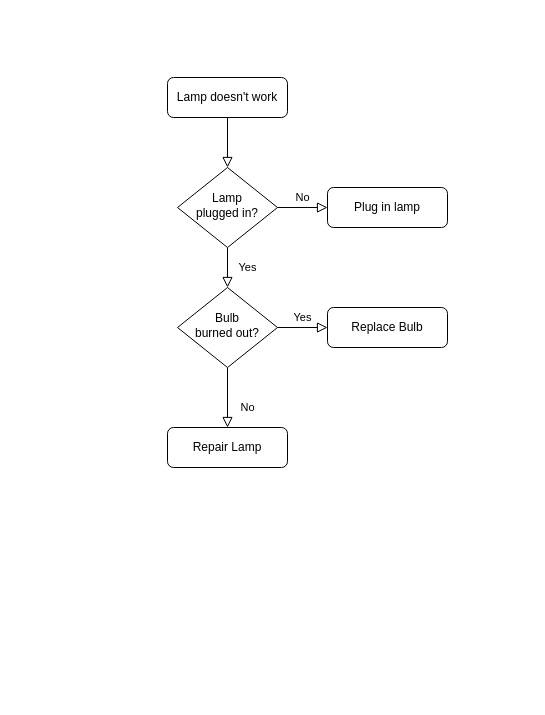
Above: Untitled Diagram.drawio in raezir/The-Hoodrat-Repository (draw.io), before the change. Source tidied: cells renumbered, new cells numbered last; positions are measured from the earlier drawing's top-left corner, leaving out a move shared by most shapes. Both pictures are drawn from the tidied source at 100%, with x=0, y=0 at pixel (167, 77).
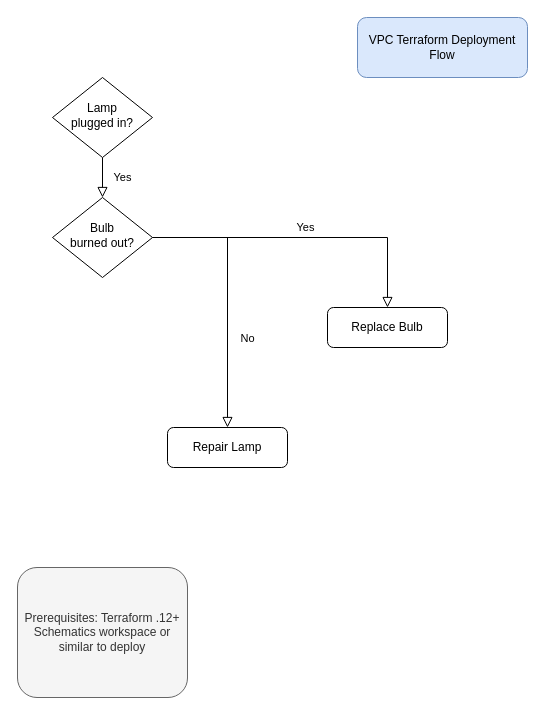
The same page after the edit.

Commit message:
VPC_Flow

The edit, as a diff of the source:
```diff
@@
 <mxGraphModel>
   <root>
     <mxCell id="0" />
     <mxCell id="1" parent="0" />
-    <mxCell id="2" style="rounded=0;html=1;jettySize=auto;fontSize=11;endArrow=block;endFill=0;endSize=8;strokeWidth=1;shadow=0;labelBackgroundColor=none;edgeStyle=orthogonalEdgeStyle;" parent="1" edge="1" source="3" target="6">
-      <mxGeometry relative="1" as="geometry" />
-    </mxCell>
-    <mxCell id="3" value="Lamp doesn't work" style="rounded=1;whiteSpace=wrap;html=1;fontSize=12;glass=0;strokeWidth=1;shadow=0;" parent="1" vertex="1">
-      <mxGeometry width="120" height="40" as="geometry" />
+    <mxCell id="3" value="Prerequisites: Terraform .12+&lt;br&gt;Schematics workspace or similar to deploy" style="rounded=1;whiteSpace=wrap;html=1;fontSize=12;glass=0;strokeWidth=1;shadow=0;align=center;fillColor=#f5f5f5;strokeColor=#666666;fontColor=#333333;" parent="1" vertex="1">
+      <mxGeometry x="-150" y="490" width="170" height="130" as="geometry" />
     </mxCell>
     <mxCell id="4" value="Yes" style="rounded=0;html=1;jettySize=auto;fontSize=11;endArrow=block;endFill=0;endSize=8;strokeWidth=1;shadow=0;labelBackgroundColor=none;edgeStyle=orthogonalEdgeStyle;" parent="1" edge="1" source="6" target="10">
       <mxGeometry y="20" relative="1" as="geometry" />
     </mxCell>
-    <mxCell id="5" value="No" style="edgeStyle=orthogonalEdgeStyle;rounded=0;html=1;jettySize=auto;fontSize=11;endArrow=block;endFill=0;endSize=8;strokeWidth=1;shadow=0;labelBackgroundColor=none;" parent="1" edge="1" source="6" target="7">
-      <mxGeometry y="10" relative="1" as="geometry" />
-    </mxCell>
     <mxCell id="6" value="Lamp&lt;br&gt;plugged in?" style="rhombus;whiteSpace=wrap;html=1;shadow=0;fontFamily=Helvetica;fontSize=12;align=center;strokeWidth=1;spacing=6;spacingTop=-4;" parent="1" vertex="1">
-      <mxGeometry x="10" y="90" width="100" height="80" as="geometry" />
+      <mxGeometry x="-115" width="100" height="80" as="geometry" />
     </mxCell>
-    <mxCell id="7" value="Plug in lamp" style="rounded=1;whiteSpace=wrap;html=1;fontSize=12;glass=0;strokeWidth=1;shadow=0;" parent="1" vertex="1">
-      <mxGeometry x="160" y="110" width="120" height="40" as="geometry" />
-    </mxCell>
     <mxCell id="8" value="No" style="rounded=0;html=1;jettySize=auto;fontSize=11;endArrow=block;endFill=0;endSize=8;strokeWidth=1;shadow=0;labelBackgroundColor=none;edgeStyle=orthogonalEdgeStyle;" parent="1" edge="1" source="10" target="11">
       <mxGeometry x="0.33" y="20" relative="1" as="geometry" />
     </mxCell>
     <mxCell id="9" value="Yes" style="edgeStyle=orthogonalEdgeStyle;rounded=0;html=1;jettySize=auto;fontSize=11;endArrow=block;endFill=0;endSize=8;strokeWidth=1;shadow=0;labelBackgroundColor=none;" parent="1" edge="1" source="10" target="12">
       <mxGeometry y="10" relative="1" as="geometry" />
     </mxCell>
     <mxCell id="10" value="Bulb&lt;br&gt;burned out?" style="rhombus;whiteSpace=wrap;html=1;shadow=0;fontFamily=Helvetica;fontSize=12;align=center;strokeWidth=1;spacing=6;spacingTop=-4;" parent="1" vertex="1">
-      <mxGeometry x="10" y="210" width="100" height="80" as="geometry" />
+      <mxGeometry x="-115" y="120" width="100" height="80" as="geometry" />
     </mxCell>
     <mxCell id="11" value="Repair Lamp" style="rounded=1;whiteSpace=wrap;html=1;fontSize=12;glass=0;strokeWidth=1;shadow=0;" parent="1" vertex="1">
       <mxGeometry y="350" width="120" height="40" as="geometry" />
     </mxCell>
     <mxCell id="12" value="Replace Bulb" style="rounded=1;whiteSpace=wrap;html=1;fontSize=12;glass=0;strokeWidth=1;shadow=0;" parent="1" vertex="1">
       <mxGeometry x="160" y="230" width="120" height="40" as="geometry" />
     </mxCell>
+    <mxCell id="13" value="VPC Terraform Deployment Flow" style="rounded=1;whiteSpace=wrap;html=1;fillColor=#dae8fc;strokeColor=#6c8ebf;" parent="1" vertex="1">
+      <mxGeometry x="190" y="-60" width="170" height="60" as="geometry" />
+    </mxCell>
   </root>
 </mxGraphModel>
```
